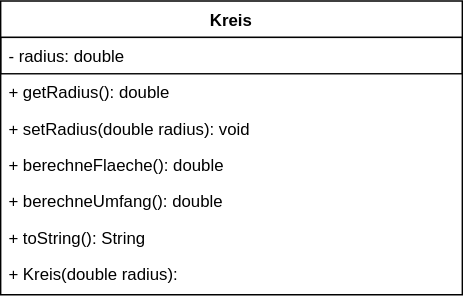
Above: Klassen_Diagramme/Kreis.drawio.svg in HaselmutGames/Schule-SUD (draw.io), before the change. Source tidied: cells renumbered, new cells last; positions are measured from the earlier drawing's top-left corner, leaving out a move shared by most shapes.
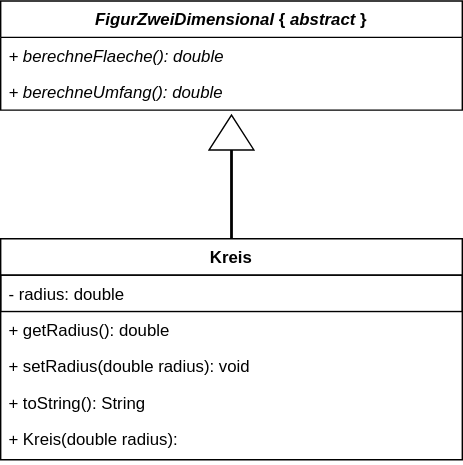
The same file after the commit.

What changed in the source:
```diff
@@ -3,7 +3,7 @@
     <mxCell id="0" />
     <mxCell id="1" parent="0" />
     <mxCell id="2" value="Kreis" style="swimlane;fontStyle=1;align=center;verticalAlign=top;horizontal=1;startSize=26;whiteSpace=wrap;html=1;" parent="1" vertex="1">
-      <mxGeometry width="330" height="210" as="geometry" />
+      <mxGeometry width="330" height="158" as="geometry" />
     </mxCell>
     <mxCell id="3" value="- radius: double" style="text;strokeColor=default;fillColor=none;align=left;verticalAlign=top;spacingLeft=4;spacingRight=4;overflow=hidden;whiteSpace=wrap;html=1;" parent="2" vertex="1">
       <mxGeometry y="26" width="330" height="26" as="geometry" />
@@ -14,17 +14,26 @@
     <mxCell id="5" value="+ setRadius(double radius): void" style="text;strokeColor=none;fillColor=none;align=left;verticalAlign=top;spacingLeft=4;spacingRight=4;overflow=hidden;whiteSpace=wrap;html=1;" parent="2" vertex="1">
       <mxGeometry y="78" width="330" height="26" as="geometry" />
     </mxCell>
+    <mxCell id="8" value="+ toString(): String" style="text;strokeColor=none;fillColor=none;align=left;verticalAlign=top;spacingLeft=4;spacingRight=4;overflow=hidden;whiteSpace=wrap;html=1;" parent="2" vertex="1">
+      <mxGeometry y="104" width="330" height="26" as="geometry" />
+    </mxCell>
+    <mxCell id="9" value="+ Kreis(double radius): " style="text;strokeColor=none;fillColor=none;align=left;verticalAlign=top;spacingLeft=4;spacingRight=4;overflow=hidden;whiteSpace=wrap;html=1;" parent="2" vertex="1">
+      <mxGeometry y="130" width="330" height="28" as="geometry" />
+    </mxCell>
+    <mxCell id="10" value="&lt;i&gt;FigurZweiDimensional&lt;/i&gt; {&lt;i&gt;abstract&lt;/i&gt;}" style="swimlane;fontStyle=1;align=center;verticalAlign=top;horizontal=1;startSize=26;whiteSpace=wrap;html=1;" parent="1" vertex="1">
+      <mxGeometry y="-170" width="330" height="78" as="geometry" />
+    </mxCell>
-    <mxCell id="6" value="+ berechneFlaeche(): double" style="text;strokeColor=none;fillColor=none;align=left;verticalAlign=top;spacingLeft=4;spacingRight=4;overflow=hidden;whiteSpace=wrap;html=1;" parent="2" vertex="1">
-      <mxGeometry y="104" width="330" height="26" as="geometry" />
+    <mxCell id="6" value="&lt;i&gt;+ berechneFlaeche(): double&lt;/i&gt;" style="text;strokeColor=none;fillColor=none;align=left;verticalAlign=top;spacingLeft=4;spacingRight=4;overflow=hidden;whiteSpace=wrap;html=1;" parent="10" vertex="1">
+      <mxGeometry y="26" width="330" height="26" as="geometry" />
     </mxCell>
-    <mxCell id="7" value="+ berechneUmfang(): double" style="text;strokeColor=none;fillColor=none;align=left;verticalAlign=top;spacingLeft=4;spacingRight=4;overflow=hidden;whiteSpace=wrap;html=1;" parent="2" vertex="1">
-      <mxGeometry y="130" width="330" height="26" as="geometry" />
+    <mxCell id="7" value="&lt;i&gt;+ berechneUmfang(): double&lt;/i&gt;" style="text;strokeColor=none;fillColor=none;align=left;verticalAlign=top;spacingLeft=4;spacingRight=4;overflow=hidden;whiteSpace=wrap;html=1;" parent="10" vertex="1">
+      <mxGeometry y="52" width="330" height="26" as="geometry" />
     </mxCell>
-    <mxCell id="8" value="+ toString(): String" style="text;strokeColor=none;fillColor=none;align=left;verticalAlign=top;spacingLeft=4;spacingRight=4;overflow=hidden;whiteSpace=wrap;html=1;" parent="2" vertex="1">
-      <mxGeometry y="156" width="330" height="26" as="geometry" />
-    </mxCell>
-    <mxCell id="9" value="+ Kreis(double radius): " style="text;strokeColor=none;fillColor=none;align=left;verticalAlign=top;spacingLeft=4;spacingRight=4;overflow=hidden;whiteSpace=wrap;html=1;" parent="2" vertex="1">
-      <mxGeometry y="182" width="330" height="28" as="geometry" />
-    </mxCell>
+    <mxCell id="11" style="line;strokeWidth=2;direction=south;html=1;" parent="1" vertex="1">
+      <mxGeometry x="160" y="-70" width="10" height="70" as="geometry" />
+    </mxCell>
+    <mxCell id="12" style="triangle;whiteSpace=wrap;html=1;rotation=-90;" parent="1" vertex="1">
+      <mxGeometry x="152.5" y="-92" width="25" height="32" as="geometry" />
+    </mxCell>
   </root>
 </mxGraphModel>
```
